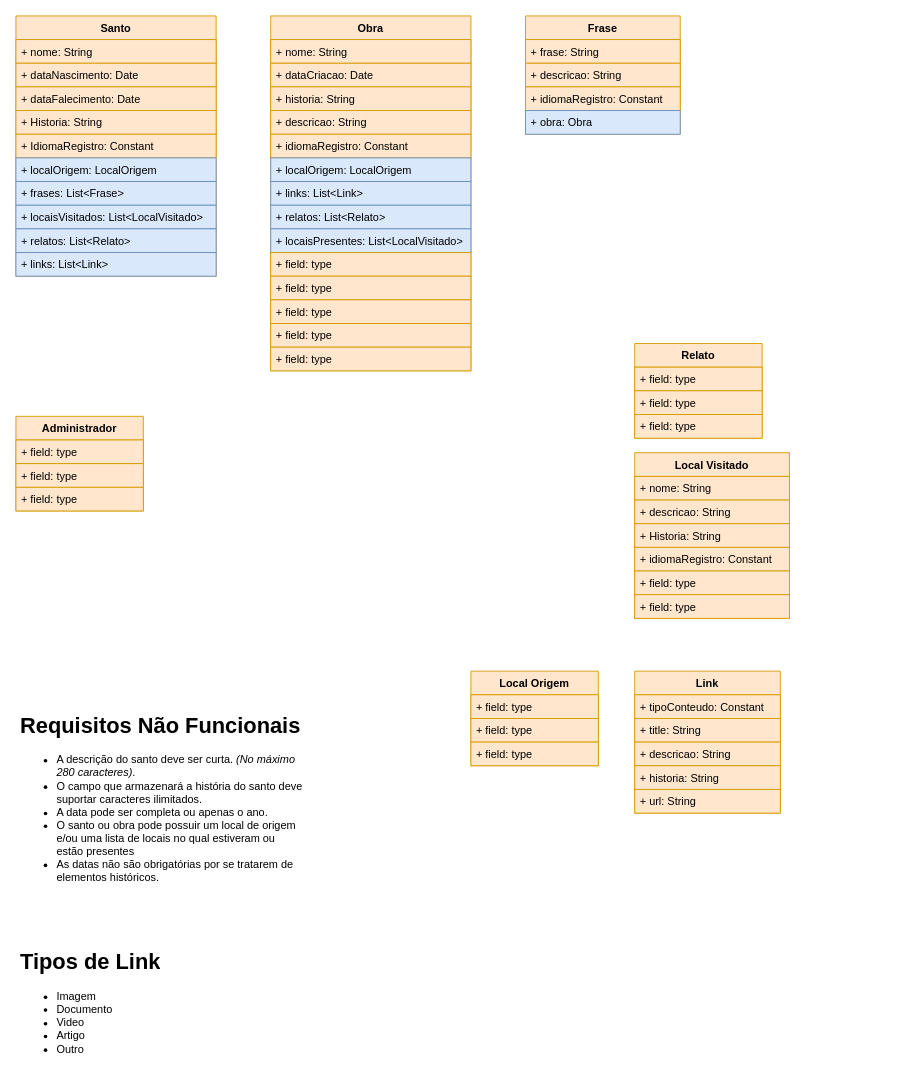
Earlier version of the draw.io diagram page "ClassDiagram" (2 of 2) of Documentation/Untitled Diagram.drawio (the-catholics/Saints-API). Source tidied: cells renumbered, new cells numbered last; positions are measured from the earlier drawing's top-left corner, leaving out a move shared by most shapes. Both pictures are drawn from the tidied source at 91%, with x=0, y=0 at pixel (15, 15).
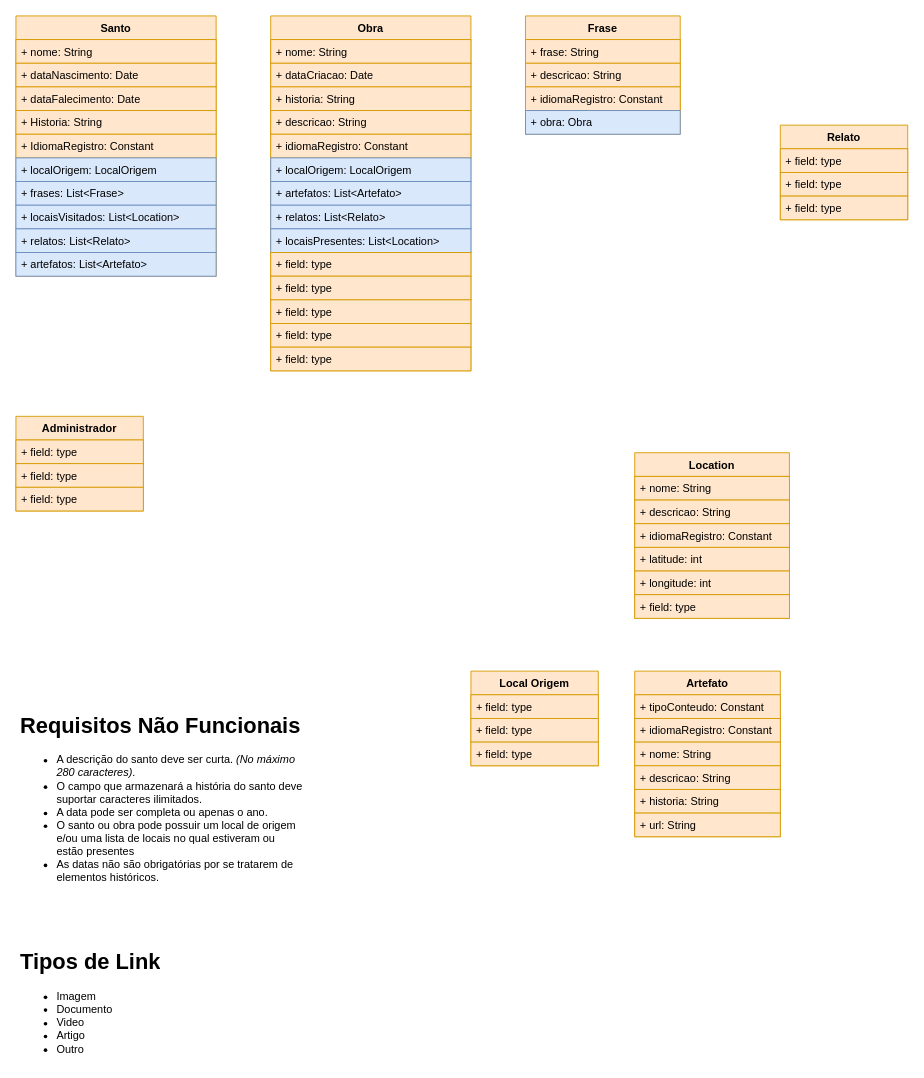
Above is the later version.

Unchanged cells that the change refers to:
```xml
<mxCell id="2" value="Obra" style="swimlane;fontStyle=1;horizontal=1;startSize=26;fillColor=#ffe6cc;strokeColor=#d79b00;" parent="1" vertex="1">
  <mxGeometry x="280" width="220" height="390" as="geometry" />
</mxCell>
<mxCell id="17" value="Santo" style="swimlane;fontStyle=1;horizontal=1;startSize=26;fillColor=#ffe6cc;strokeColor=#d79b00;" parent="1" vertex="1">
  <mxGeometry width="220" height="286" as="geometry" />
</mxCell>
```

Diff of the diagram source:
```diff
@@
-    <mxCell id="9" value="+ links: List&lt;Link&gt;" style="text;strokeColor=#6c8ebf;fillColor=#dae8fc;align=left;verticalAlign=top;spacingLeft=4;spacingRight=4;overflow=hidden;" parent="2" vertex="1">
+    <mxCell id="9" value="+ artefatos: List&lt;Artefato&gt;" style="text;strokeColor=#6c8ebf;fillColor=#dae8fc;align=left;verticalAlign=top;spacingLeft=4;spacingRight=4;overflow=hidden;" parent="2" vertex="1">
       <mxGeometry y="182" width="220" height="26" as="geometry" />
     </mxCell>
@@
-    <mxCell id="11" value="+ locaisPresentes: List&lt;LocalVisitado&gt;" style="text;strokeColor=#6c8ebf;fillColor=#dae8fc;align=left;verticalAlign=top;spacingLeft=4;spacingRight=4;overflow=hidden;" parent="2" vertex="1">
+    <mxCell id="11" value="+ locaisPresentes: List&lt;Location&gt;" style="text;strokeColor=#6c8ebf;fillColor=#dae8fc;align=left;verticalAlign=top;spacingLeft=4;spacingRight=4;overflow=hidden;" parent="2" vertex="1">
       <mxGeometry y="234" width="220" height="26" as="geometry" />
     </mxCell>
@@
-    <mxCell id="25" value="+ locaisVisitados: List&lt;LocalVisitado&gt;" style="text;strokeColor=#6c8ebf;fillColor=#dae8fc;align=left;verticalAlign=top;spacingLeft=4;spacingRight=4;overflow=hidden;" parent="17" vertex="1">
+    <mxCell id="25" value="+ locaisVisitados: List&lt;Location&gt;" style="text;strokeColor=#6c8ebf;fillColor=#dae8fc;align=left;verticalAlign=top;spacingLeft=4;spacingRight=4;overflow=hidden;" parent="17" vertex="1">
       <mxGeometry y="208" width="220" height="26" as="geometry" />
     </mxCell>
@@
-    <mxCell id="27" value="+ links: List&lt;Link&gt;" style="text;strokeColor=#6c8ebf;fillColor=#dae8fc;align=left;verticalAlign=top;spacingLeft=4;spacingRight=4;overflow=hidden;" parent="17" vertex="1">
+    <mxCell id="27" value="+ artefatos: List&lt;Artefato&gt;" style="text;strokeColor=#6c8ebf;fillColor=#dae8fc;align=left;verticalAlign=top;spacingLeft=4;spacingRight=4;overflow=hidden;" parent="17" vertex="1">
       <mxGeometry y="260" width="220" height="26" as="geometry" />
     </mxCell>
@@
     <mxCell id="38" value="Relato" style="swimlane;fontStyle=1;horizontal=1;startSize=26;fillColor=#ffe6cc;strokeColor=#d79b00;" parent="1" vertex="1">
-      <mxGeometry x="680" y="360" width="140" height="104" as="geometry" />
+      <mxGeometry x="840" y="120" width="140" height="104" as="geometry" />
     </mxCell>
@@
-    <mxCell id="42" value="Local Visitado" style="swimlane;fontStyle=1;horizontal=1;startSize=26;fillColor=#ffe6cc;strokeColor=#d79b00;" parent="1" vertex="1">
+    <mxCell id="42" value="Location" style="swimlane;fontStyle=1;horizontal=1;startSize=26;fillColor=#ffe6cc;strokeColor=#d79b00;" parent="1" vertex="1">
       <mxGeometry x="680" y="480" width="170" height="182" as="geometry" />
     </mxCell>
@@
-    <mxCell id="45" value="+ Historia: String" style="text;strokeColor=#d79b00;fillColor=#ffe6cc;align=left;verticalAlign=top;spacingLeft=4;spacingRight=4;overflow=hidden;" parent="42" vertex="1">
-      <mxGeometry y="78" width="170" height="26" as="geometry" />
-    </mxCell>
     <mxCell id="46" value="+ idiomaRegistro: Constant" style="text;strokeColor=#d79b00;fillColor=#ffe6cc;align=left;verticalAlign=top;spacingLeft=4;spacingRight=4;overflow=hidden;" parent="42" vertex="1">
-      <mxGeometry y="104" width="170" height="26" as="geometry" />
+      <mxGeometry y="78" width="170" height="26" as="geometry" />
     </mxCell>
-    <mxCell id="47" value="+ field: type" style="text;strokeColor=#d79b00;fillColor=#ffe6cc;align=left;verticalAlign=top;spacingLeft=4;spacingRight=4;overflow=hidden;" parent="42" vertex="1">
-      <mxGeometry y="130" width="170" height="26" as="geometry" />
+    <mxCell id="47" value="+ latitude: int" style="text;strokeColor=#d79b00;fillColor=#ffe6cc;align=left;verticalAlign=top;spacingLeft=4;spacingRight=4;overflow=hidden;" parent="42" vertex="1">
+      <mxGeometry y="104" width="170" height="26" as="geometry" />
     </mxCell>
-    <mxCell id="48" value="+ field: type" style="text;strokeColor=#d79b00;fillColor=#ffe6cc;align=left;verticalAlign=top;spacingLeft=4;spacingRight=4;overflow=hidden;" parent="42" vertex="1">
-      <mxGeometry y="156" width="170" height="26" as="geometry" />
+    <mxCell id="48" value="+ longitude: int" style="text;strokeColor=#d79b00;fillColor=#ffe6cc;align=left;verticalAlign=top;spacingLeft=4;spacingRight=4;overflow=hidden;" parent="42" vertex="1">
+      <mxGeometry y="130" width="170" height="26" as="geometry" />
     </mxCell>
+    <mxCell id="60" value="+ field: type" style="text;strokeColor=#d79b00;fillColor=#ffe6cc;align=left;verticalAlign=top;spacingLeft=4;spacingRight=4;overflow=hidden;" parent="42" vertex="1">
+      <mxGeometry y="156" width="170" height="26" as="geometry" />
+    </mxCell>
@@
-    <mxCell id="53" value="Link" style="swimlane;fontStyle=1;horizontal=1;startSize=26;fillColor=#ffe6cc;strokeColor=#d79b00;" parent="1" vertex="1">
-      <mxGeometry x="680" y="720" width="160" height="156" as="geometry" />
+    <mxCell id="53" value="Artefato" style="swimlane;fontStyle=1;horizontal=1;startSize=26;fillColor=#ffe6cc;strokeColor=#d79b00;" parent="1" vertex="1">
+      <mxGeometry x="680" y="720" width="160" height="182" as="geometry" />
     </mxCell>
@@
+    <mxCell id="61" value="+ idiomaRegistro: Constant" style="text;strokeColor=#d79b00;fillColor=#ffe6cc;align=left;verticalAlign=top;spacingLeft=4;spacingRight=4;overflow=hidden;" parent="53" vertex="1">
+      <mxGeometry y="52" width="160" height="26" as="geometry" />
+    </mxCell>
-    <mxCell id="55" value="+ title: String" style="text;strokeColor=#d79b00;fillColor=#ffe6cc;align=left;verticalAlign=top;spacingLeft=4;spacingRight=4;overflow=hidden;" parent="53" vertex="1">
-      <mxGeometry y="52" width="160" height="26" as="geometry" />
+    <mxCell id="55" value="+ nome: String" style="text;strokeColor=#d79b00;fillColor=#ffe6cc;align=left;verticalAlign=top;spacingLeft=4;spacingRight=4;overflow=hidden;" parent="53" vertex="1">
+      <mxGeometry y="78" width="160" height="26" as="geometry" />
     </mxCell>
     <mxCell id="56" value="+ descricao: String" style="text;strokeColor=#d79b00;fillColor=#ffe6cc;align=left;verticalAlign=top;spacingLeft=4;spacingRight=4;overflow=hidden;" parent="53" vertex="1">
-      <mxGeometry y="78" width="160" height="26" as="geometry" />
+      <mxGeometry y="104" width="160" height="26" as="geometry" />
     </mxCell>
     <mxCell id="57" value="+ historia: String" style="text;strokeColor=#d79b00;fillColor=#ffe6cc;align=left;verticalAlign=top;spacingLeft=4;spacingRight=4;overflow=hidden;" parent="53" vertex="1">
-      <mxGeometry y="104" width="160" height="26" as="geometry" />
+      <mxGeometry y="130" width="160" height="26" as="geometry" />
     </mxCell>
     <mxCell id="58" value="+ url: String" style="text;strokeColor=#d79b00;fillColor=#ffe6cc;align=left;verticalAlign=top;spacingLeft=4;spacingRight=4;overflow=hidden;" parent="53" vertex="1">
-      <mxGeometry y="130" width="160" height="26" as="geometry" />
+      <mxGeometry y="156" width="160" height="26" as="geometry" />
     </mxCell>
```
